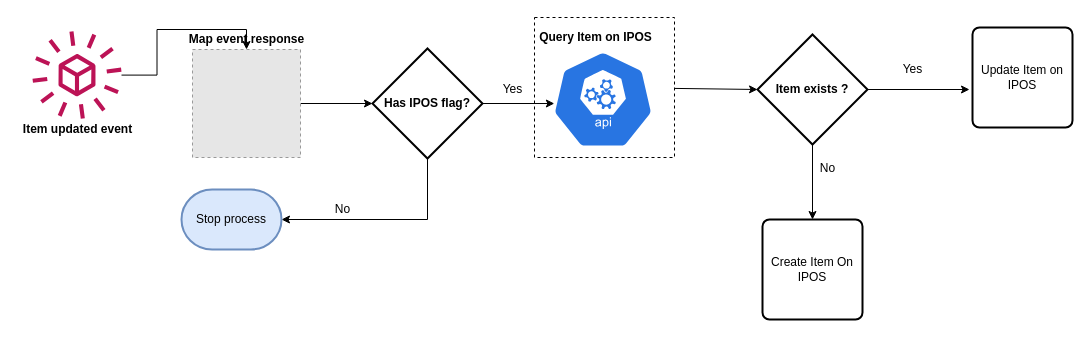
This is page "Event Reception" (1 of 5) of TI/Diagramas/Items Interface.drawio from serviciodupuis/dupuis, a draw.io file, before an edit. Source tidied: cells renumbered, new cells numbered last; positions are measured from the earlier drawing's top-left corner, leaving out a move shared by most shapes. Both pictures are drawn from the tidied source at 100%, with x=0, y=0 at pixel (16, 17). Pictures stored in the file or linked from it are replaced by grey dashed boxes.
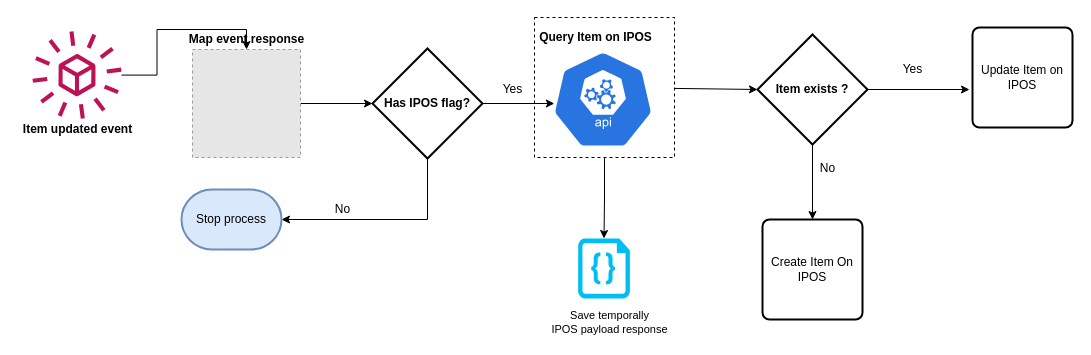
Above is the later version.

The change refers to these unchanged cells:
```xml
<mxCell id="14" style="whiteSpace=wrap;html=1;dashed=1;fillColor=none;" parent="1" vertex="1">
  <mxGeometry x="518" width="140" height="140" as="geometry" />
</mxCell>
```

What changed in the source:
```diff
@@
+    <mxCell id="25" style="edgeStyle=orthogonalEdgeStyle;rounded=0;jettySize=auto;html=1;entryX=0.5;entryY=0;entryDx=0;entryDy=0;entryPerimeter=0;fontSize=11;" parent="1" edge="1" source="14" target="26">
+      <mxGeometry relative="1" as="geometry" />
+    </mxCell>
@@
+    <mxCell id="26" style="verticalLabelPosition=bottom;html=1;verticalAlign=top;align=center;strokeColor=none;fillColor=#00BEF2;shape=mxgraph.azure.code_file;fontSize=11;" parent="1" vertex="1">
+      <mxGeometry x="561.6" y="221" width="51.8" height="60" as="geometry" />
+    </mxCell>
+    <mxCell id="27" value="Save temporally &lt;br&gt;IPOS payload response" style="text;html=1;align=center;verticalAlign=middle;strokeColor=none;fontSize=11;" parent="1" vertex="1">
+      <mxGeometry x="528" y="290" width="130" height="30" as="geometry" />
+    </mxCell>
```
